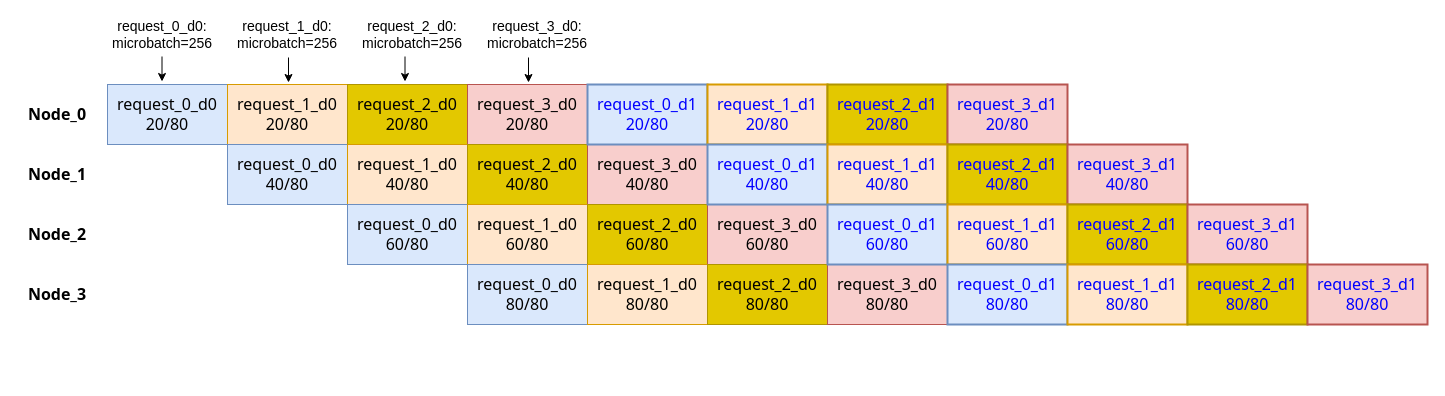
Before: moe-parallel.drawio in mindtoken/draw, a draw.io diagram. Source tidied: cells renumbered, new cells numbered last; positions are measured from the earlier drawing's top-left corner, leaving out a move shared by most shapes. Both pictures are drawn from the tidied source at 100%, with x=0, y=0 at pixel (17, 19).
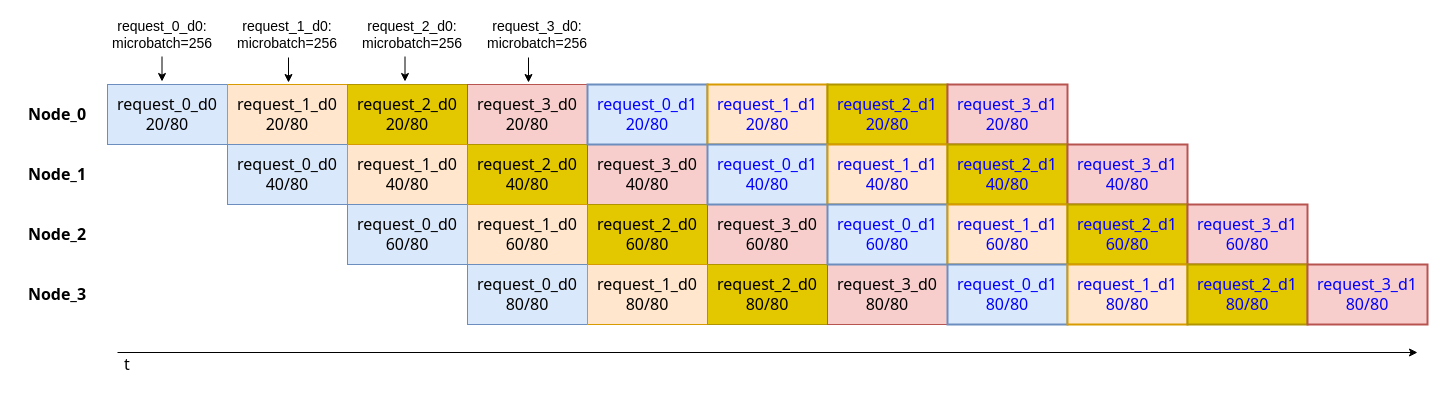
The same diagram, later.

What changed in the source:
```diff
@@
+    <mxCell id="46" style="endArrow=classic;html=1;rounded=0;" parent="1" edge="1">
+      <mxGeometry relative="1" as="geometry">
+        <mxPoint x="100" y="333" as="sourcePoint" />
+        <mxPoint x="1400" y="333" as="targetPoint" />
+      </mxGeometry>
+    </mxCell>
+    <mxCell id="47" value="&lt;font face=&quot;Tahoma&quot; style=&quot;font-size: 16px;&quot;&gt;t&lt;/font&gt;" style="text;html=1;align=center;verticalAlign=middle;whiteSpace=wrap;rounded=0;" parent="1" vertex="1">
+      <mxGeometry x="100" y="330" width="20" height="30" as="geometry" />
+    </mxCell>
```
